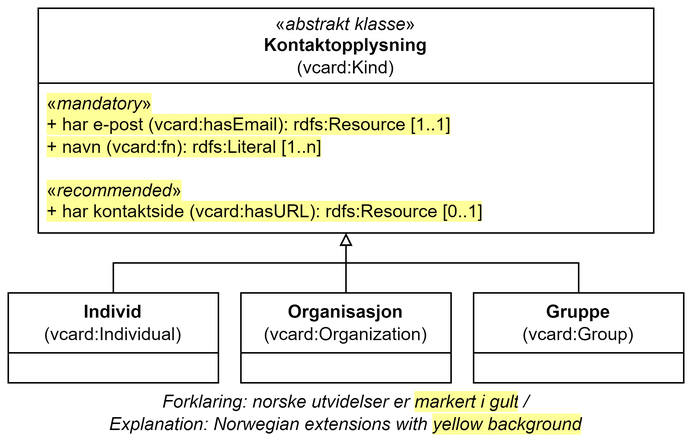
Above: docs/images/Klassen-Kontaktopplysning.png in Informasjonsforvaltning/dcat-ap-no (draw.io), before the change. Source tidied: cells renumbered, new cells last; positions are measured from the earlier drawing's top-left corner, leaving out a move shared by most shapes.
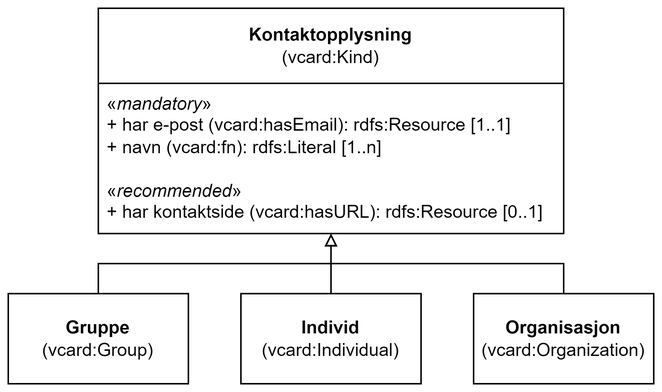
Later version of the same file.

Change to the diagram source:
```diff
@@ -2,42 +2,43 @@
   <root>
     <mxCell id="0" />
     <mxCell id="1" parent="0" />
-    <mxCell id="2" value="&lt;span style=&quot;font-weight: normal;&quot;&gt;«&lt;i&gt;abstrakt klasse&lt;/i&gt;»&lt;/span&gt;&lt;br&gt;&lt;div&gt;Kontaktopplysning&lt;/div&gt;&lt;div&gt;&lt;span style=&quot;font-weight: normal;&quot;&gt;(vcard:Kind)&lt;/span&gt;&lt;/div&gt;" style="swimlane;whiteSpace=wrap;html=1;startSize=50;" parent="1" vertex="1">
-      <mxGeometry x="20" width="410" height="150" as="geometry" />
+    <mxCell id="2" value="&lt;div&gt;Kontaktopplysning&lt;/div&gt;&lt;div&gt;&lt;span style=&quot;font-weight: normal;&quot;&gt;(vcard:Kind)&lt;/span&gt;&lt;/div&gt;" style="swimlane;whiteSpace=wrap;html=1;startSize=50;" parent="1" vertex="1">
+      <mxGeometry x="70" width="310" height="150" as="geometry" />
     </mxCell>
-    <mxCell id="3" value="&lt;span style=&quot;background-color: rgb(255, 255, 153);&quot;&gt;«&lt;i&gt;mandatory&lt;/i&gt;»&lt;br&gt;&lt;/span&gt;&lt;div&gt;&lt;span style=&quot;background-color: rgb(255, 255, 153);&quot;&gt;+ har e-post (vcard:hasEmail):&amp;nbsp;&lt;/span&gt;&lt;span style=&quot;background-color: rgb(255, 255, 153);&quot;&gt;rdfs:Resource&lt;/span&gt;&lt;span style=&quot;background-color: rgb(255, 255, 153);&quot;&gt;&amp;nbsp;[1..1]&lt;/span&gt;&lt;/div&gt;&lt;span style=&quot;background-color: rgb(255, 255, 153);&quot;&gt;+ navn (vcard:fn): rdfs:Literal [1..n]&lt;br&gt;&lt;/span&gt;&lt;div&gt;&lt;div&gt;&lt;br&gt;&lt;/div&gt;&lt;/div&gt;&lt;div&gt;&lt;span style=&quot;background-color: rgb(255, 255, 153);&quot;&gt;«&lt;i&gt;recommended&lt;/i&gt;»&lt;/span&gt;&lt;/div&gt;&lt;div&gt;&lt;span style=&quot;background-color: rgb(255, 255, 153);&quot;&gt;+ har kontaktside (vcard:hasURL): rdfs:Resource [0..1]&lt;/span&gt;&lt;span style=&quot;background-color: rgb(255, 255, 153);&quot;&gt;&lt;br&gt;&lt;/span&gt;&lt;/div&gt;&lt;div&gt;&lt;br&gt;&lt;/div&gt;" style="text;strokeColor=none;fillColor=none;align=left;verticalAlign=top;spacingLeft=4;spacingRight=4;overflow=hidden;whiteSpace=wrap;html=1;" parent="2" vertex="1">
-      <mxGeometry y="50" width="400" height="100" as="geometry" />
+    <mxCell id="3" value="«&lt;i style=&quot;&quot;&gt;mandatory&lt;/i&gt;»&lt;br&gt;&lt;div&gt;+ har e-post (vcard:hasEmail):&amp;nbsp;rdfs:Resource&amp;nbsp;[1..1]&lt;/div&gt;+ navn (vcard:fn): rdfs:Literal [1..n]&lt;br&gt;&lt;div&gt;&lt;div&gt;&lt;br&gt;&lt;/div&gt;&lt;/div&gt;&lt;div&gt;«&lt;i&gt;recommended&lt;/i&gt;»&lt;/div&gt;&lt;div&gt;+ har kontaktside (vcard:hasURL): rdfs:Resource [0..1]&lt;/div&gt;" style="text;strokeColor=none;fillColor=none;align=left;verticalAlign=top;spacingLeft=4;spacingRight=4;overflow=hidden;whiteSpace=wrap;html=1;" parent="2" vertex="1">
+      <mxGeometry y="50" width="320" height="100" as="geometry" />
     </mxCell>
+    <mxCell id="6" style="endArrow=block;html=1;rounded=0;exitX=0.5;exitY=0;exitDx=0;exitDy=0;entryX=0.5;entryY=1;entryDx=0;entryDy=0;endFill=0;" parent="1" edge="1" target="2">
+      <mxGeometry relative="1" as="geometry">
+        <mxPoint x="70" y="190" as="sourcePoint" />
+        <Array as="points">
+          <mxPoint x="70" y="170" />
+          <mxPoint x="225" y="170" />
+        </Array>
+      </mxGeometry>
+    </mxCell>
+    <mxCell id="7" style="endArrow=block;html=1;rounded=0;exitX=0.5;exitY=0;exitDx=0;exitDy=0;endFill=0;entryX=0.5;entryY=1;entryDx=0;entryDy=0;" parent="1" edge="1" target="2">
+      <mxGeometry relative="1" as="geometry">
+        <mxPoint x="225" y="190" as="sourcePoint" />
+      </mxGeometry>
+    </mxCell>
+    <mxCell id="9" style="endArrow=block;html=1;rounded=0;exitX=0.5;exitY=0;exitDx=0;exitDy=0;endFill=0;entryX=0.5;entryY=1;entryDx=0;entryDy=0;" parent="1" edge="1" target="2">
+      <mxGeometry relative="1" as="geometry">
+        <mxPoint x="380" y="190" as="sourcePoint" />
+        <Array as="points">
+          <mxPoint x="380" y="170" />
+          <mxPoint x="225" y="170" />
+        </Array>
+      </mxGeometry>
+    </mxCell>
-    <mxCell id="4" value="Individ&lt;br&gt;&lt;span style=&quot;font-weight: normal;&quot;&gt;(vcard:Individual&lt;span style=&quot;background-color: initial;&quot;&gt;)&lt;/span&gt;&lt;/span&gt;" style="swimlane;whiteSpace=wrap;html=1;startSize=40;" parent="1" vertex="1">
-      <mxGeometry y="190" width="140" height="60" as="geometry" />
+    <mxCell id="4" value="&lt;span style=&quot;color: rgb(0, 0, 0); font-family: Helvetica; font-size: 12px; font-style: normal; font-variant-ligatures: normal; font-variant-caps: normal; font-weight: 700; letter-spacing: normal; orphans: 2; text-align: center; text-indent: 0px; text-transform: none; widows: 2; word-spacing: 0px; -webkit-text-stroke-width: 0px; white-space: normal; text-decoration-thickness: initial; text-decoration-style: initial; text-decoration-color: initial; float: none; display: inline !important;&quot;&gt;Individ&lt;/span&gt;&lt;br style=&quot;forced-color-adjust: none; color: rgb(0, 0, 0); font-family: Helvetica; font-size: 12px; font-style: normal; font-variant-ligatures: normal; font-variant-caps: normal; font-weight: 700; letter-spacing: normal; orphans: 2; text-align: center; text-indent: 0px; text-transform: none; widows: 2; word-spacing: 0px; -webkit-text-stroke-width: 0px; white-space: normal; text-decoration-thickness: initial; text-decoration-style: initial; text-decoration-color: initial;&quot;&gt;&lt;span style=&quot;forced-color-adjust: none; color: rgb(0, 0, 0); font-family: Helvetica; font-size: 12px; font-style: normal; font-variant-ligatures: normal; font-variant-caps: normal; letter-spacing: normal; orphans: 2; text-align: center; text-indent: 0px; text-transform: none; widows: 2; word-spacing: 0px; -webkit-text-stroke-width: 0px; white-space: normal; text-decoration-thickness: initial; text-decoration-style: initial; text-decoration-color: initial; font-weight: normal;&quot;&gt;(vcard:Individual&lt;span style=&quot;forced-color-adjust: none;&quot;&gt;)&lt;/span&gt;&lt;/span&gt;" style="rounded=0;whiteSpace=wrap;html=1;" parent="1" vertex="1">
+      <mxGeometry x="165" y="190" width="120" height="60" as="geometry" />
     </mxCell>
-    <mxCell id="5" value="Organisasjon&lt;br&gt;&lt;span style=&quot;font-weight: normal;&quot;&gt;(vcard:Organization&lt;span style=&quot;border-color: var(--border-color); background-color: initial;&quot;&gt;)&lt;/span&gt;&lt;/span&gt;" style="swimlane;whiteSpace=wrap;html=1;startSize=40;" parent="1" vertex="1">
-      <mxGeometry x="155" y="190" width="140" height="60" as="geometry" />
+    <mxCell id="5" value="&lt;span style=&quot;font-weight: 700;&quot;&gt;Organisasjon&lt;/span&gt;&lt;br style=&quot;font-weight: 700;&quot;&gt;(vcard:Organization&lt;span style=&quot;border-color: var(--border-color);&quot;&gt;)&lt;/span&gt;" style="rounded=0;whiteSpace=wrap;html=1;" parent="1" vertex="1">
+      <mxGeometry x="320" y="190" width="120" height="60" as="geometry" />
     </mxCell>
-    <mxCell id="6" style="endArrow=block;html=1;rounded=0;exitX=0.5;exitY=0;exitDx=0;exitDy=0;entryX=0.5;entryY=1;entryDx=0;entryDy=0;endFill=0;" parent="1" edge="1" source="4" target="2">
-      <mxGeometry relative="1" as="geometry">
-        <Array as="points">
-          <mxPoint x="70" y="170" />
-          <mxPoint x="225" y="170" />
-        </Array>
-      </mxGeometry>
-    </mxCell>
-    <mxCell id="7" style="endArrow=block;html=1;rounded=0;exitX=0.5;exitY=0;exitDx=0;exitDy=0;endFill=0;entryX=0.5;entryY=1;entryDx=0;entryDy=0;" parent="1" edge="1" source="5" target="2">
-      <mxGeometry relative="1" as="geometry" />
-    </mxCell>
-    <mxCell id="8" value="Gruppe&lt;br&gt;&lt;span style=&quot;font-weight: normal;&quot;&gt;(vcard:&lt;/span&gt;&lt;span style=&quot;border-color: var(--border-color); background-color: initial;&quot;&gt;&lt;span style=&quot;font-weight: 400;&quot;&gt;Group&lt;/span&gt;&lt;span style=&quot;font-weight: normal;&quot;&gt;)&lt;/span&gt;&lt;/span&gt;" style="swimlane;whiteSpace=wrap;html=1;startSize=40;" parent="1" vertex="1">
-      <mxGeometry x="310" y="190" width="140" height="60" as="geometry" />
+    <mxCell id="8" value="&lt;span style=&quot;font-weight: 700;&quot;&gt;Gruppe&lt;/span&gt;&lt;br style=&quot;font-weight: 700;&quot;&gt;(vcard:&lt;span style=&quot;font-weight: 700; border-color: var(--border-color);&quot;&gt;&lt;span style=&quot;font-weight: 400;&quot;&gt;Group&lt;/span&gt;&lt;span style=&quot;font-weight: normal;&quot;&gt;)&lt;/span&gt;&lt;/span&gt;" style="rounded=0;whiteSpace=wrap;html=1;" parent="1" vertex="1">
+      <mxGeometry x="10" y="190" width="120" height="60" as="geometry" />
     </mxCell>
-    <mxCell id="9" style="endArrow=block;html=1;rounded=0;exitX=0.5;exitY=0;exitDx=0;exitDy=0;endFill=0;entryX=0.5;entryY=1;entryDx=0;entryDy=0;" parent="1" edge="1" source="8" target="2">
-      <mxGeometry relative="1" as="geometry">
-        <Array as="points">
-          <mxPoint x="380" y="170" />
-          <mxPoint x="225" y="170" />
-        </Array>
-      </mxGeometry>
-    </mxCell>
-    <mxCell id="10" value="Forklaring: norske utvidelser er&amp;nbsp;&lt;span style=&quot;background-color: rgb(255, 255, 153);&quot;&gt;markert i gult&lt;/span&gt;&lt;span style=&quot;background-color: rgb(255 , 255 , 255)&quot;&gt;&amp;nbsp;/ &lt;br&gt;&lt;/span&gt;Explanation:&amp;nbsp;&lt;span style=&quot;background-color: rgb(255 , 255 , 255)&quot;&gt;Norwegian extensions with &lt;/span&gt;&lt;span style=&quot;background-color: rgb(255, 255, 153);&quot;&gt;yellow background&lt;/span&gt;" style="text;html=1;strokeColor=none;fillColor=none;align=center;verticalAlign=middle;whiteSpace=wrap;rounded=0;fontStyle=2;" parent="1" vertex="1">
-      <mxGeometry y="260" width="450" height="20" as="geometry" />
-    </mxCell>
   </root>
 </mxGraphModel>
```
